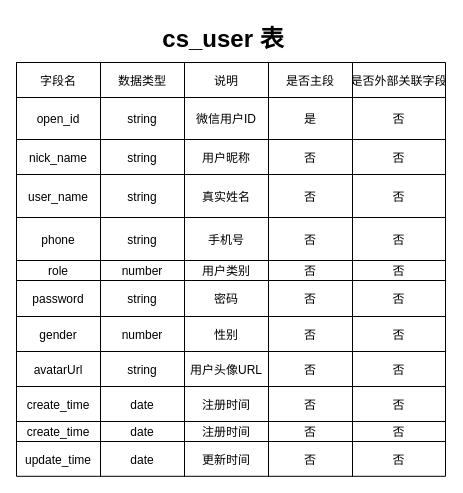
This is page "第 2 页" (2 of 12) of 数据库实体-联系图.drawio from hnistzzm/-, a draw.io file, before an edit. Source tidied: cells renumbered, new cells numbered last; positions are measured from the earlier drawing's top-left corner, leaving out a move shared by most shapes. Both pictures are drawn from the tidied source at 100%, with x=0, y=0 at pixel (16, 16).
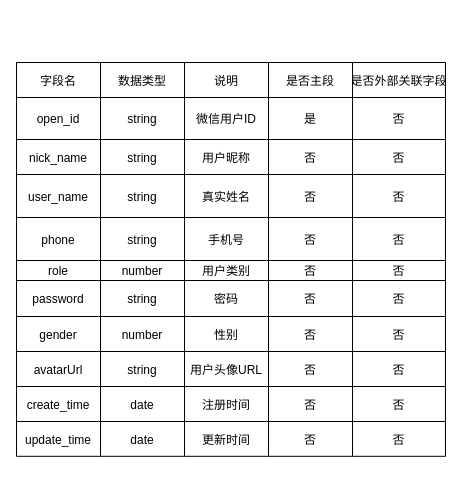
The same diagram, later.

What changed in the source:
```diff
@@
     <mxCell id="2" style="shape=table;startSize=0;childLayout=tableLayout;" parent="1" vertex="1">
-      <mxGeometry y="46" width="429" height="413.8" as="geometry" />
+      <mxGeometry y="46" width="429" height="393.8" as="geometry" />
     </mxCell>
@@
-    <mxCell id="63" style="shape=tableRow;horizontal=0;startSize=0;swimlaneHead=0;swimlaneBody=0;strokeColor=inherit;top=0;left=0;bottom=0;right=0;fillColor=none;" parent="2" vertex="1">
-      <mxGeometry y="359" width="429" height="20" as="geometry" />
-    </mxCell>
-    <mxCell id="64" value="create_time" style="shape=partialRectangle;strokeColor=inherit;overflow=hidden;fillColor=none;top=0;left=0;bottom=0;right=0;" parent="63" vertex="1">
-      <mxGeometry width="84" height="20" as="geometry" />
-    </mxCell>
-    <mxCell id="65" value="date" style="shape=partialRectangle;strokeColor=inherit;overflow=hidden;fillColor=none;top=0;left=0;bottom=0;right=0;" parent="63" vertex="1">
-      <mxGeometry x="84" width="84" height="20" as="geometry" />
-    </mxCell>
-    <mxCell id="66" value="注册时间" style="shape=partialRectangle;strokeColor=inherit;overflow=hidden;fillColor=none;top=0;left=0;bottom=0;right=0;" parent="63" vertex="1">
-      <mxGeometry x="168" width="84" height="20" as="geometry" />
-    </mxCell>
-    <mxCell id="67" value="否" style="shape=partialRectangle;strokeColor=inherit;overflow=hidden;fillColor=none;top=0;left=0;bottom=0;right=0;" parent="63" vertex="1">
-      <mxGeometry x="252" width="84" height="20" as="geometry" />
-    </mxCell>
-    <mxCell id="68" value="否" style="shape=partialRectangle;strokeColor=inherit;overflow=hidden;fillColor=none;top=0;left=0;bottom=0;right=0;" parent="63" vertex="1">
-      <mxGeometry x="336" width="93" height="20" as="geometry" />
-    </mxCell>
     <mxCell id="69" style="shape=tableRow;horizontal=0;startSize=0;swimlaneHead=0;swimlaneBody=0;strokeColor=inherit;top=0;left=0;bottom=0;right=0;fillColor=none;" parent="2" vertex="1">
-      <mxGeometry y="379" width="429" height="35" as="geometry" />
+      <mxGeometry y="359" width="429" height="35" as="geometry" />
     </mxCell>
@@
-    <mxCell id="75" value="cs_user 表" style="text;strokeColor=none;fillColor=none;fontSize=24;fontStyle=1;verticalAlign=middle;align=center;" parent="1" vertex="1">
-      <mxGeometry x="157" width="100" height="40" as="geometry" />
-    </mxCell>
```
